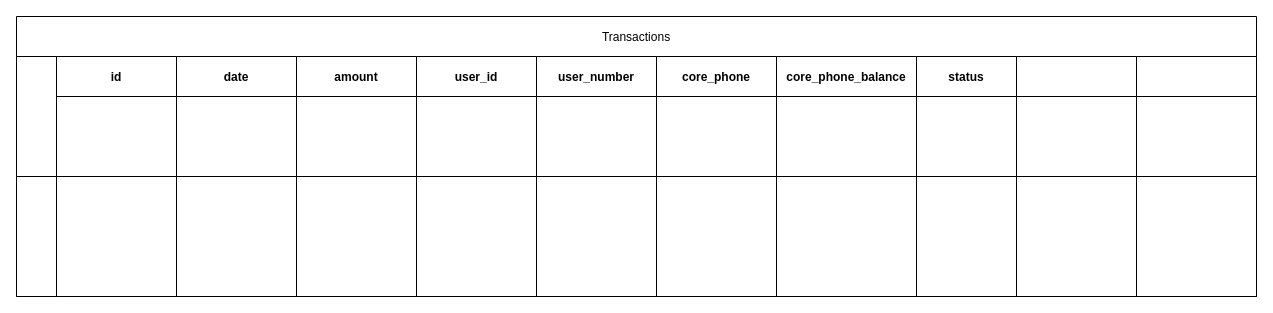
IQ-Devs/gate keeps this draw.io diagram as page "Page-3" (3 of 3) of Untitled Diagram.drawio. Above is the earlier version. Source tidied: cells renumbered, new cells numbered last; positions are measured from the earlier drawing's top-left corner, leaving out a move shared by most shapes. Both pictures are drawn from the tidied source at 100%, with x=0, y=0 at pixel (16, 16).
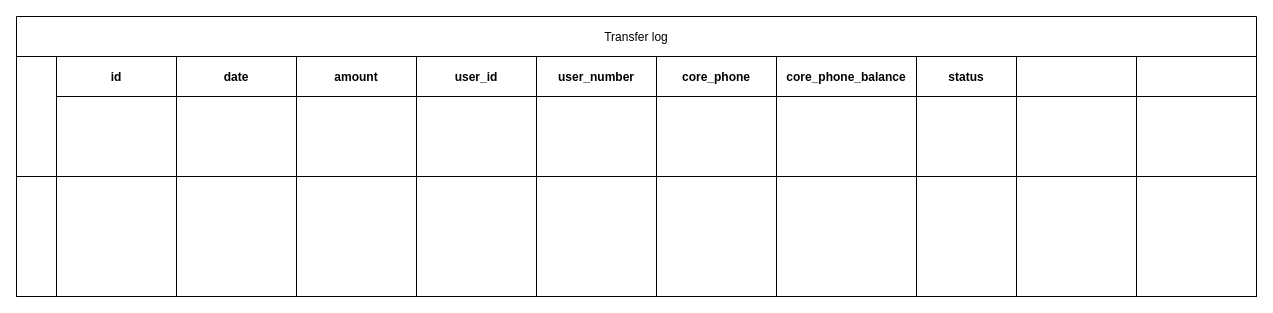
The same page after the edit.

Change to the diagram source:
```diff
@@
-    <mxCell id="2" value="Transactions" style="shape=table;childLayout=tableLayout;rowLines=0;columnLines=0;startSize=40;" parent="1" vertex="1">
+    <mxCell id="2" value="Transfer log" style="shape=table;childLayout=tableLayout;rowLines=0;columnLines=0;startSize=40;" parent="1" vertex="1">
       <mxGeometry width="1240" height="280" as="geometry" />
     </mxCell>
```
